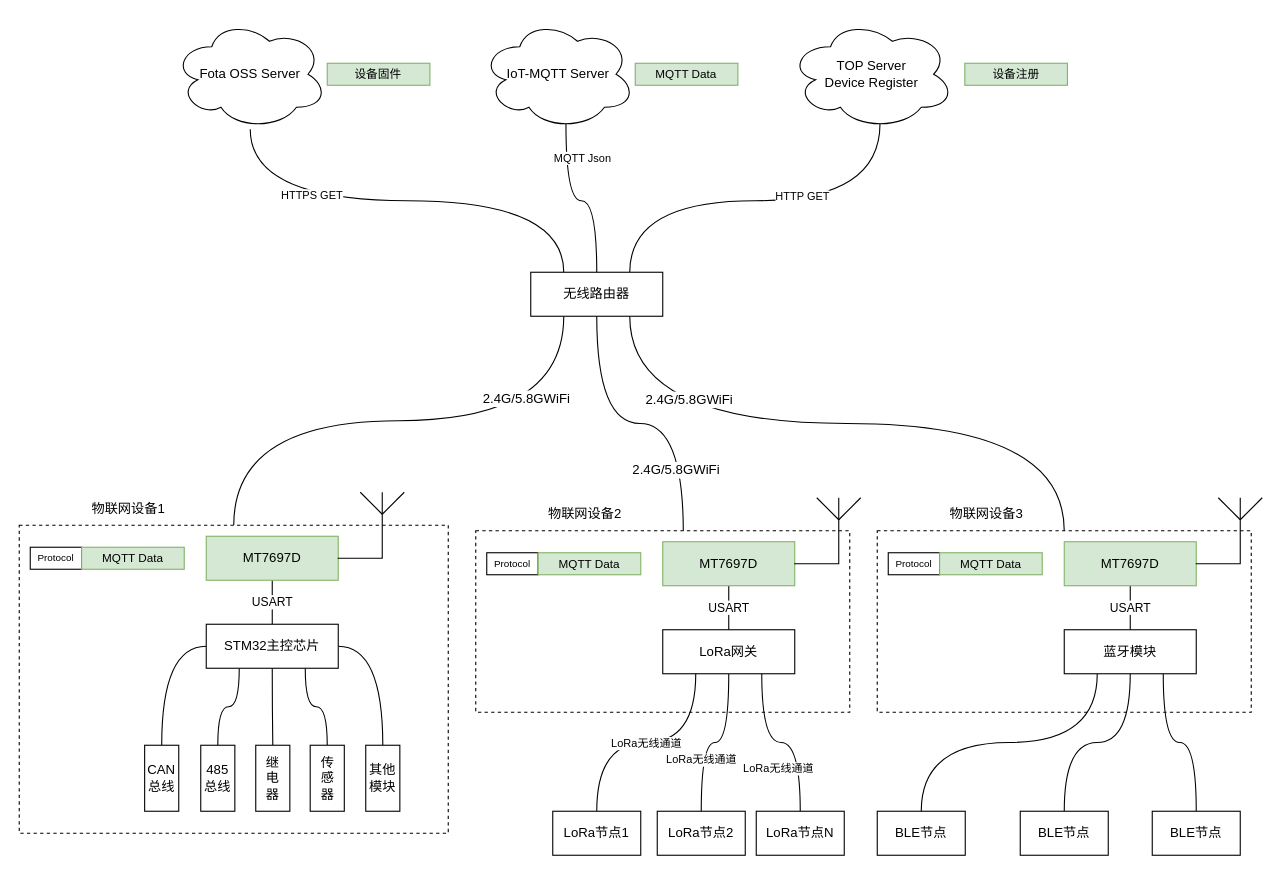
Earlier version of the draw.io diagram WiFi通用联网方案--网络拓扑图.drawio (zjh6607476/drawing). Source tidied: cells renumbered, new cells numbered last; positions are measured from the earlier drawing's top-left corner, leaving out a move shared by most shapes. Both pictures are drawn from the tidied source at 110%, with x=0, y=0 at pixel (19, 19).
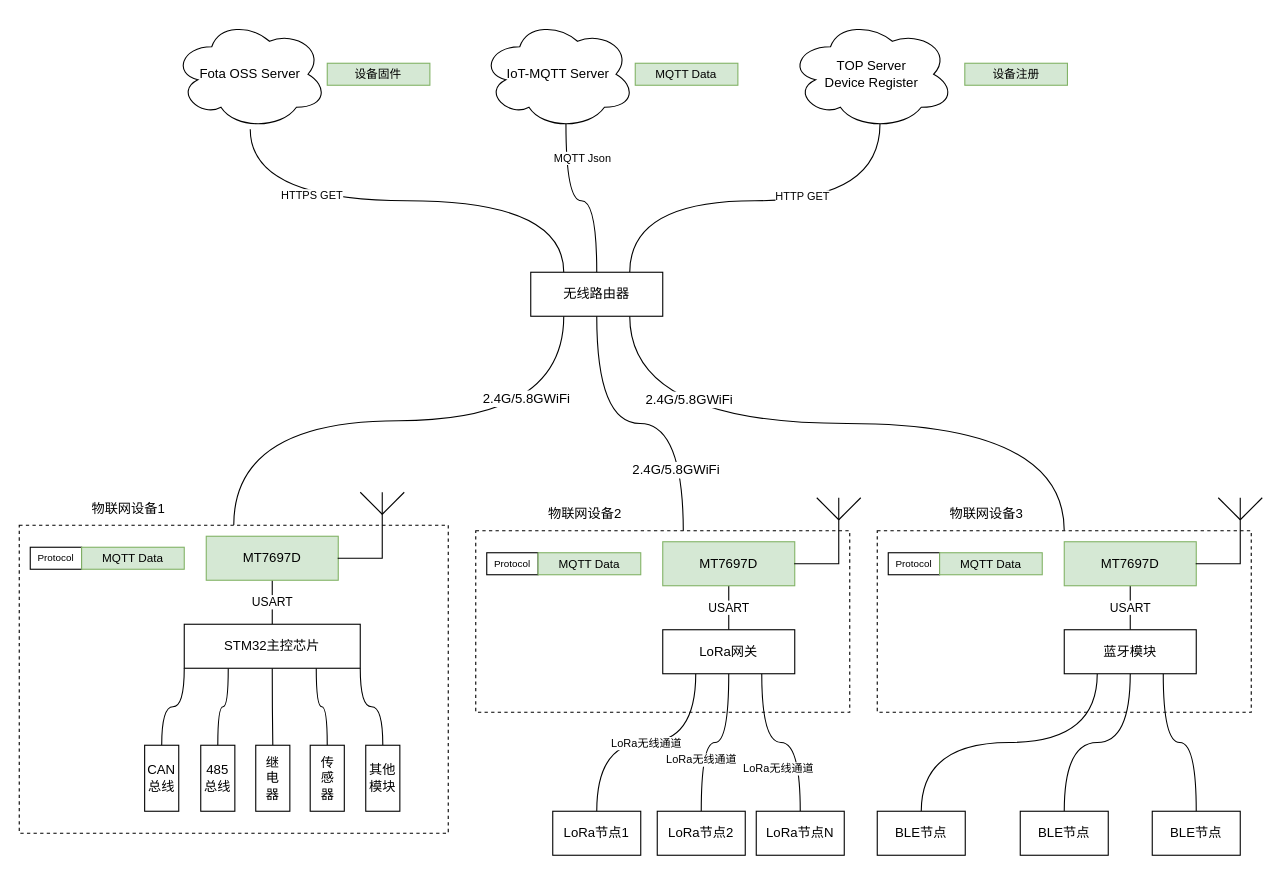
After the change.

Commit message:
更新WiFi通用联网方案--网络拓扑图.drawio

The change refers to these unchanged cells:
```xml
<mxCell id="79" value="CAN&lt;br&gt;总线" style="rounded=0;whiteSpace=wrap;horizontal=1;verticalAlign=middle;html=1;" parent="1" vertex="1">
  <mxGeometry x="114" y="660" width="31" height="60" as="geometry" />
</mxCell>
<mxCell id="83" value="其他&lt;br&gt;模块" style="rounded=0;whiteSpace=wrap;horizontal=1;verticalAlign=middle;html=1;" parent="1" vertex="1">
  <mxGeometry x="315" y="660" width="31" height="60" as="geometry" />
</mxCell>
```

Diff of the diagram source:
```diff
@@
-    <mxCell id="10" style="edgeStyle=orthogonalEdgeStyle;curved=1;rounded=0;jettySize=auto;html=1;exitX=0;exitY=0.5;exitDx=0;exitDy=0;endArrow=none;endFill=0;entryX=0.5;entryY=0;entryDx=0;entryDy=0;" parent="1" edge="1" source="15" target="79">
+    <mxCell id="10" style="edgeStyle=orthogonalEdgeStyle;curved=1;rounded=0;jettySize=auto;html=1;exitX=0;exitY=1;exitDx=0;exitDy=0;endArrow=none;endFill=0;entryX=0.5;entryY=0;entryDx=0;entryDy=0;" parent="1" edge="1" source="15" target="79">
       <mxGeometry relative="1" as="geometry" />
     </mxCell>
@@
-    <mxCell id="14" style="edgeStyle=orthogonalEdgeStyle;curved=1;rounded=0;jettySize=auto;html=1;exitX=1;exitY=0.5;exitDx=0;exitDy=0;endArrow=none;endFill=0;fontSize=10;" parent="1" edge="1" source="15" target="83">
+    <mxCell id="14" style="edgeStyle=orthogonalEdgeStyle;curved=1;rounded=0;jettySize=auto;html=1;exitX=1;exitY=1;exitDx=0;exitDy=0;endArrow=none;endFill=0;fontSize=10;" parent="1" edge="1" source="15" target="83">
       <mxGeometry relative="1" as="geometry" />
     </mxCell>
     <mxCell id="15" value="STM32主控芯片" style="rounded=0;whiteSpace=wrap;html=1;" parent="1" vertex="1">
-      <mxGeometry x="170" y="550" width="120" height="40" as="geometry" />
+      <mxGeometry x="150" y="550" width="160" height="40" as="geometry" />
     </mxCell>
```
